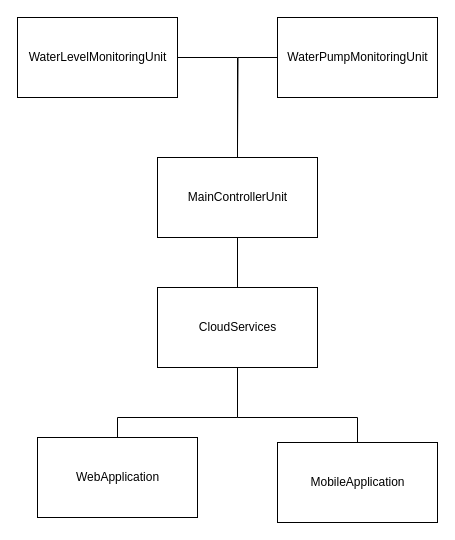
This is notes/ArchitecturalDiagrams.drawio from aniruddhand/ciot-capstone, a draw.io file, before an edit. Source tidied: cells renumbered, new cells numbered last; positions are measured from the earlier drawing's top-left corner, leaving out a move shared by most shapes. Both pictures are drawn from the tidied source at 100%, with x=0, y=0 at pixel (17, 17).
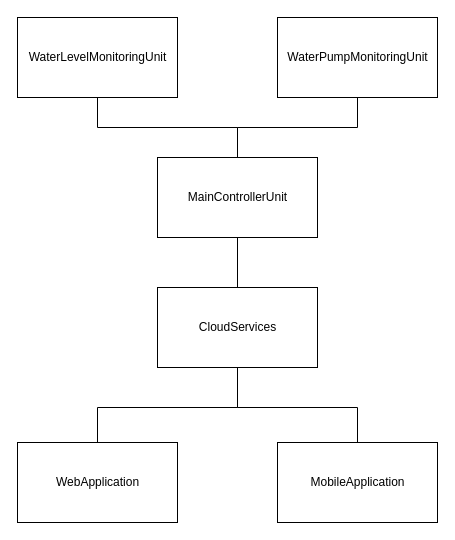
After the change.

Commit message:
Aligned the components

What changed in the source:
```diff
@@
 <mxGraphModel>
   <root>
     <mxCell id="0" />
     <mxCell id="1" parent="0" />
-    <mxCell id="2" style="edgeStyle=orthogonalEdgeStyle;rounded=0;jettySize=auto;html=1;entryX=0.5;entryY=0;entryDx=0;entryDy=0;endArrow=none;endFill=0;exitX=1;exitY=0.5;exitDx=0;exitDy=0;" parent="1" edge="1" source="3" target="5">
+    <mxCell id="2" style="edgeStyle=orthogonalEdgeStyle;rounded=0;jettySize=auto;html=1;entryX=0.5;entryY=0;entryDx=0;entryDy=0;endArrow=none;endFill=0;exitX=0.5;exitY=1;exitDx=0;exitDy=0;" parent="1" edge="1" source="3" target="5">
       <mxGeometry relative="1" as="geometry" />
     </mxCell>
     <mxCell id="3" value="WaterLevelMonitoringUnit" style="html=1;" parent="1" vertex="1">
       <mxGeometry width="160" height="80" as="geometry" />
     </mxCell>
     <mxCell id="4" style="edgeStyle=orthogonalEdgeStyle;rounded=0;jettySize=auto;html=1;entryX=0.5;entryY=0;entryDx=0;entryDy=0;endArrow=none;endFill=0;" parent="1" edge="1" source="5" target="6">
       <mxGeometry relative="1" as="geometry" />
     </mxCell>
     <mxCell id="5" value="MainControllerUnit" style="html=1;" parent="1" vertex="1">
       <mxGeometry x="140" y="140" width="160" height="80" as="geometry" />
     </mxCell>
     <mxCell id="6" value="CloudServices" style="html=1;" parent="1" vertex="1">
       <mxGeometry x="140" y="270" width="160" height="80" as="geometry" />
     </mxCell>
-    <mxCell id="7" style="edgeStyle=orthogonalEdgeStyle;rounded=0;jettySize=auto;html=1;exitX=0.5;exitY=0;exitDx=0;exitDy=0;endArrow=none;endFill=0;" parent="1" edge="1" source="8">
-      <mxGeometry relative="1" as="geometry">
-        <mxPoint x="220" y="400" as="targetPoint" />
-        <Array as="points">
-          <mxPoint x="100" y="400" />
-        </Array>
-      </mxGeometry>
-    </mxCell>
+    <mxCell id="13" style="edgeStyle=orthogonalEdgeStyle;rounded=0;jettySize=auto;html=1;entryX=0.5;entryY=1;entryDx=0;entryDy=0;endArrow=none;endFill=0;" parent="1" edge="1" source="8" target="6">
+      <mxGeometry relative="1" as="geometry">
+        <Array as="points">
+          <mxPoint x="80" y="390" />
+          <mxPoint x="220" y="390" />
+        </Array>
+      </mxGeometry>
+    </mxCell>
     <mxCell id="8" value="WebApplication" style="html=1;" parent="1" vertex="1">
-      <mxGeometry x="20" y="420" width="160" height="80" as="geometry" />
+      <mxGeometry y="425" width="160" height="80" as="geometry" />
     </mxCell>
     <mxCell id="9" style="edgeStyle=orthogonalEdgeStyle;rounded=0;jettySize=auto;html=1;entryX=0.5;entryY=1;entryDx=0;entryDy=0;endArrow=none;endFill=0;exitX=0.5;exitY=0;exitDx=0;exitDy=0;" parent="1" edge="1" source="10" target="6">
       <mxGeometry relative="1" as="geometry">
         <Array as="points">
-          <mxPoint x="340" y="400" />
-          <mxPoint x="220" y="400" />
+          <mxPoint x="340" y="390" />
+          <mxPoint x="220" y="390" />
         </Array>
       </mxGeometry>
     </mxCell>
     <mxCell id="10" value="MobileApplication" style="html=1;" parent="1" vertex="1">
       <mxGeometry x="260" y="425" width="160" height="80" as="geometry" />
     </mxCell>
-    <mxCell id="11" style="edgeStyle=orthogonalEdgeStyle;rounded=0;jettySize=auto;html=1;exitX=0;exitY=0.5;exitDx=0;exitDy=0;endArrow=none;endFill=0;" parent="1" edge="1" source="12">
+    <mxCell id="11" style="edgeStyle=orthogonalEdgeStyle;rounded=0;jettySize=auto;html=1;exitX=0.5;exitY=1;exitDx=0;exitDy=0;endArrow=none;endFill=0;" parent="1" edge="1" source="12">
       <mxGeometry relative="1" as="geometry">
         <mxPoint x="220" y="130" as="targetPoint" />
+        <Array as="points">
+          <mxPoint x="340" y="110" />
+          <mxPoint x="220" y="110" />
+        </Array>
       </mxGeometry>
     </mxCell>
     <mxCell id="12" value="WaterPumpMonitoringUnit" style="html=1;" parent="1" vertex="1">
       <mxGeometry x="260" width="160" height="80" as="geometry" />
     </mxCell>
   </root>
 </mxGraphModel>
```
